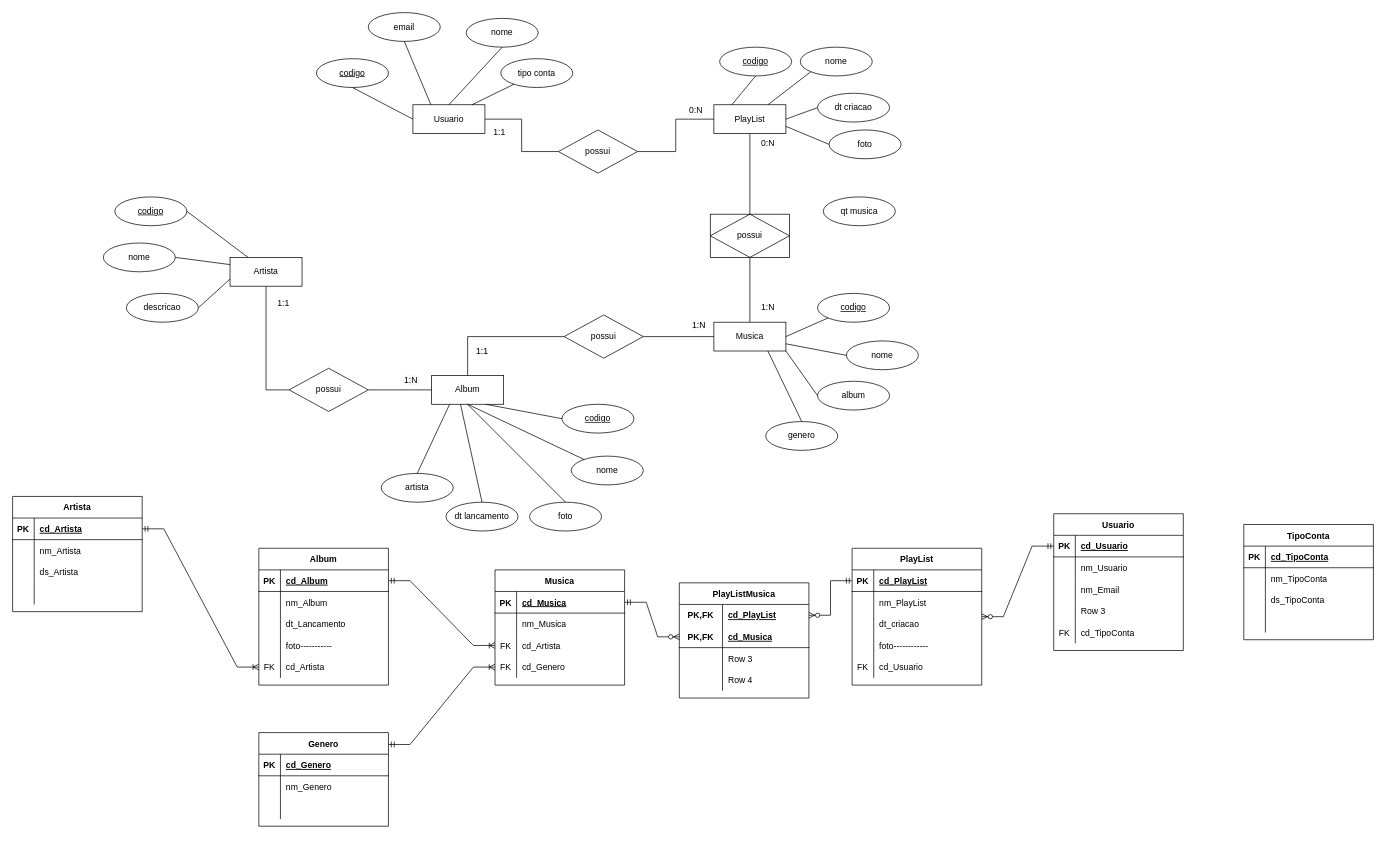
Before: Spotify.drawio in NicolyAvelino/ModelagemBancoDeDados, a draw.io diagram. Source tidied: cells renumbered, new cells numbered last; positions are measured from the earlier drawing's top-left corner, leaving out a move shared by most shapes. Both pictures are drawn from the tidied source at 72%, with x=0, y=0 at pixel (12, 12).
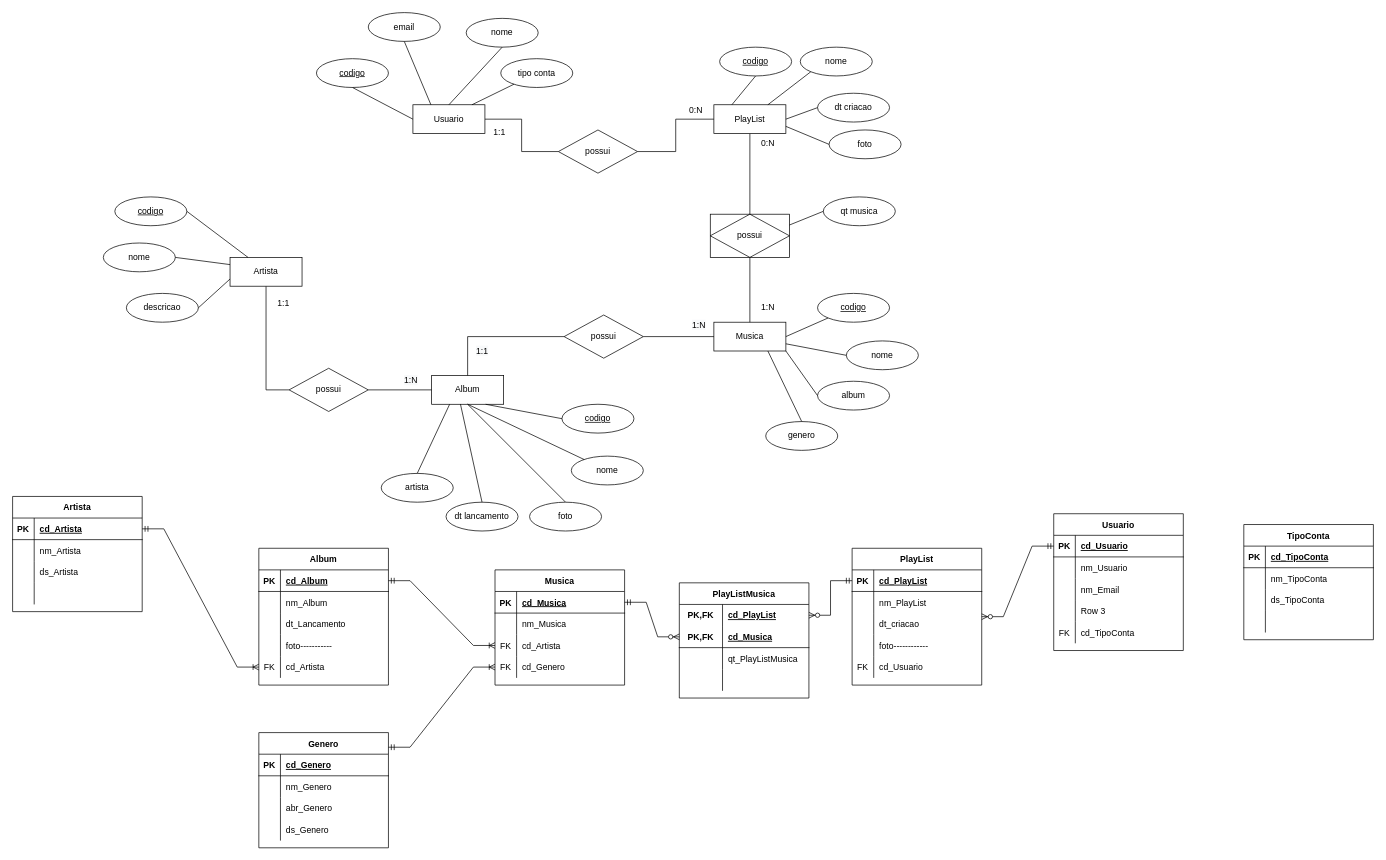
The same page after the edit.

The change refers to these unchanged cells:
```xml
<mxCell id="27" value="possui" style="shape=associativeEntity;whiteSpace=wrap;html=1;align=center;" parent="1" vertex="1">
  <mxGeometry x="969" y="280" width="110" height="60" as="geometry" />
</mxCell>
<mxCell id="117" style="shape=tableRow;horizontal=0;startSize=0;swimlaneHead=0;swimlaneBody=0;fillColor=none;top=0;left=0;right=0;bottom=0;" parent="110" vertex="1">
  <mxGeometry y="90" width="180" height="30" as="geometry" />
</mxCell>
<mxCell id="138" value="qt musica" style="ellipse;whiteSpace=wrap;html=1;align=center;" parent="1" vertex="1">
  <mxGeometry x="1126" y="256" width="100" height="40" as="geometry" />
</mxCell>
<mxCell id="146" style="shape=tableRow;horizontal=0;startSize=0;swimlaneHead=0;swimlaneBody=0;fillColor=none;top=0;left=0;right=0;bottom=0;" parent="139" vertex="1">
  <mxGeometry y="90" width="180" height="30" as="geometry" />
</mxCell>
<mxCell id="149" style="shape=tableRow;horizontal=0;startSize=0;swimlaneHead=0;swimlaneBody=0;fillColor=none;top=0;left=0;right=0;bottom=0;" parent="139" vertex="1">
  <mxGeometry y="120" width="180" height="30" as="geometry" />
</mxCell>
```

The edit, as a diff of the source:
```diff
@@
     <mxCell id="110" value="Genero" style="shape=table;startSize=30;childLayout=tableLayout;rowLines=0;fontStyle=1;align=center;" parent="1" vertex="1">
-      <mxGeometry x="342" y="1000" width="180" height="130" as="geometry" />
+      <mxGeometry x="342" y="1000" width="180" height="160" as="geometry" />
     </mxCell>
@@
-    <mxCell id="119" style="shape=partialRectangle;fillColor=none;top=0;left=0;bottom=0;right=0;align=left;spacingLeft=6;overflow=hidden;" parent="117" vertex="1">
+    <mxCell id="119" value="abr_Genero" style="shape=partialRectangle;fillColor=none;top=0;left=0;bottom=0;right=0;align=left;spacingLeft=6;overflow=hidden;" parent="117" vertex="1">
       <mxGeometry x="30" width="150" height="30" as="geometry" />
     </mxCell>
+    <mxCell id="184" style="shape=tableRow;horizontal=0;startSize=0;swimlaneHead=0;swimlaneBody=0;fillColor=none;top=0;left=0;right=0;bottom=0;" parent="110" vertex="1">
+      <mxGeometry y="120" width="180" height="30" as="geometry" />
+    </mxCell>
+    <mxCell id="185" style="shape=partialRectangle;fillColor=none;top=0;left=0;bottom=0;right=0;overflow=hidden;" parent="184" vertex="1">
+      <mxGeometry width="30" height="30" as="geometry" />
+    </mxCell>
+    <mxCell id="186" value="ds_Genero" style="shape=partialRectangle;fillColor=none;top=0;left=0;bottom=0;right=0;align=left;spacingLeft=6;overflow=hidden;" parent="184" vertex="1">
+      <mxGeometry x="30" width="150" height="30" as="geometry" />
+    </mxCell>
@@
-    <mxCell id="148" value="Row 3" style="shape=partialRectangle;fillColor=none;top=0;left=0;bottom=0;right=0;align=left;spacingLeft=6;overflow=hidden;" parent="146" vertex="1">
+    <mxCell id="148" value="qt_PlayListMusica" style="shape=partialRectangle;fillColor=none;top=0;left=0;bottom=0;right=0;align=left;spacingLeft=6;overflow=hidden;" parent="146" vertex="1">
       <mxGeometry x="60" width="120" height="30" as="geometry" />
     </mxCell>
@@
-    <mxCell id="151" value="Row 4" style="shape=partialRectangle;fillColor=none;top=0;left=0;bottom=0;right=0;align=left;spacingLeft=6;overflow=hidden;" parent="149" vertex="1">
+    <mxCell id="151" style="shape=partialRectangle;fillColor=none;top=0;left=0;bottom=0;right=0;align=left;spacingLeft=6;overflow=hidden;" parent="149" vertex="1">
       <mxGeometry x="60" width="120" height="30" as="geometry" />
     </mxCell>
@@
+    <mxCell id="187" style="endArrow=none;html=1;rounded=0;entryX=0;entryY=0.5;entryDx=0;entryDy=0;exitX=1;exitY=0.25;exitDx=0;exitDy=0;" parent="1" edge="1" source="27" target="138">
+      <mxGeometry relative="1" as="geometry" />
+    </mxCell>
```
